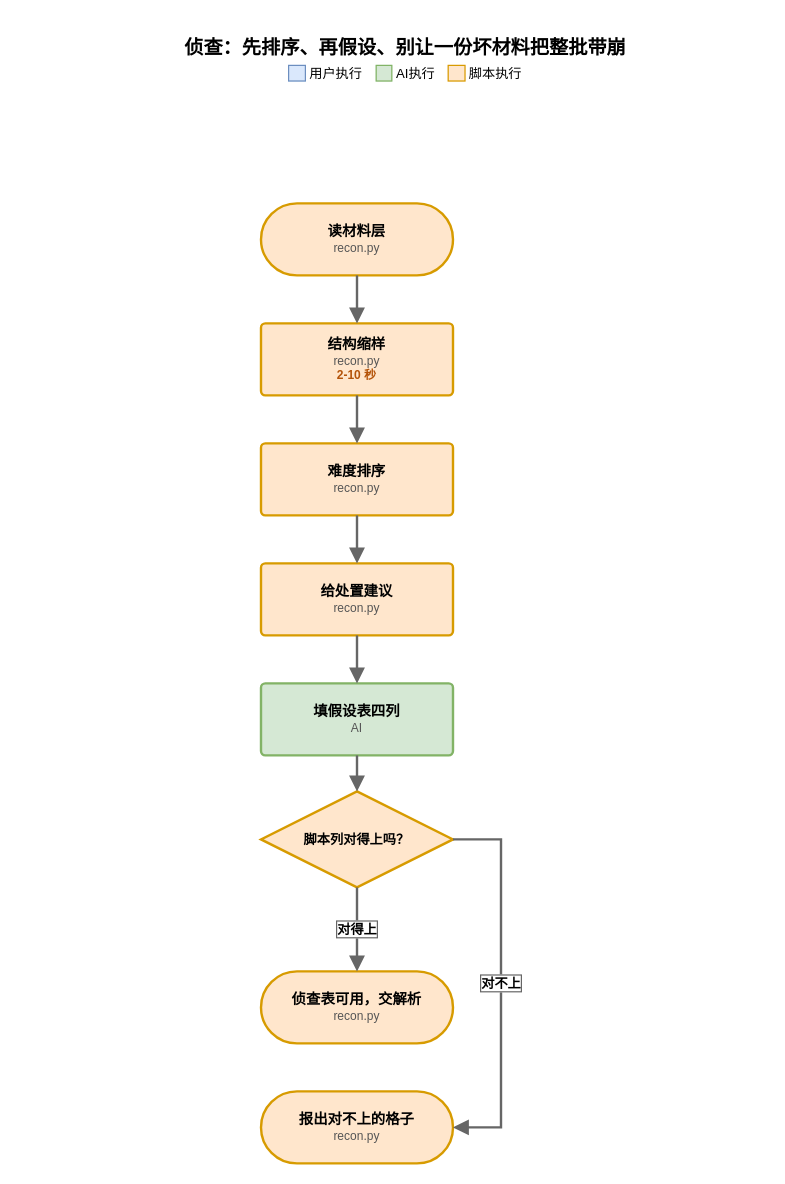
The draw.io diagram page "侦查：先排序、再假设、别让一份坏材料把整批带崩" (3 of 10) of dev/baseline/workflow/workflow-flow.drawio in Luys521/flowchart-skill, before the edit. Source tidied: cells renumbered, new cells numbered last; positions are measured from the earlier drawing's top-left corner, leaving out a move shared by most shapes. Both pictures are drawn from the tidied source at 120%, with x=0, y=0 at pixel (44, 20).
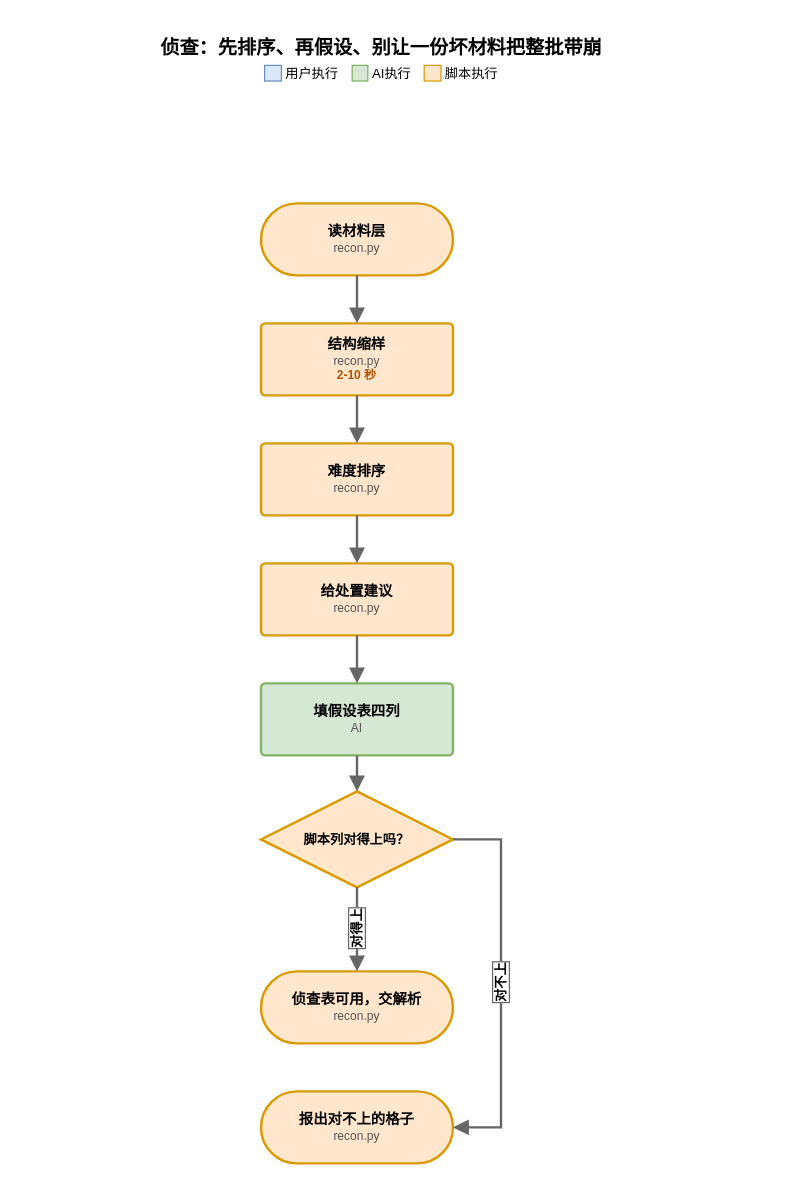
The same page after the edit.

The edit, as a diff of the source:
```diff
@@
 <mxGraphModel>
   <root>
     <mxCell id="0" />
     <mxCell id="1" parent="0" />
     <mxCell id="2" value="侦查：先排序、再假设、别让一份坏材料把整批带崩&lt;br&gt;&lt;span style=&quot;font-size:11px;font-weight:400&quot;&gt;&lt;span style=&quot;background:#dae8fc;border:1px solid #6c8ebf&quot;&gt;&amp;nbsp;&amp;nbsp;&amp;nbsp;&amp;nbsp;&lt;/span&gt; 用户执行　&lt;span style=&quot;background:#d5e8d4;border:1px solid #82b366&quot;&gt;&amp;nbsp;&amp;nbsp;&amp;nbsp;&amp;nbsp;&lt;/span&gt; AI执行　&lt;span style=&quot;background:#ffe6cc;border:1px solid #d79b00&quot;&gt;&amp;nbsp;&amp;nbsp;&amp;nbsp;&amp;nbsp;&lt;/span&gt; 脚本执行　&lt;/span&gt;" style="text;html=1;align=center;verticalAlign=middle;fontSize=16;fontStyle=1;fontFamily=Microsoft YaHei;" parent="1" vertex="1">
-      <mxGeometry width="600" height="64" as="geometry" />
+      <mxGeometry x="-20" width="600" height="64" as="geometry" />
     </mxCell>
     <mxCell id="3" value="&lt;div style=&quot;font-weight:bold;&quot;&gt;读材料层&lt;/div&gt;&lt;div style=&quot;color:#555555;font-size:10px;&quot;&gt;recon.py&lt;/div&gt;" style="rounded=1;arcSize=50;whiteSpace=wrap;html=1;strokeWidth=2;fontFamily=Microsoft YaHei;verticalAlign=middle;fillColor=#ffe6cc;strokeColor=#d79b00;fontSize=12;flowchartSkillNative=1;" parent="1" vertex="1">
       <mxGeometry x="180" y="152" width="160" height="60" as="geometry" />
     </mxCell>
     <mxCell id="4" value="&lt;div style=&quot;font-weight:bold;&quot;&gt;结构缩样&lt;/div&gt;&lt;div style=&quot;color:#555555;font-size:10px;&quot;&gt;recon.py&lt;/div&gt;&lt;div style=&quot;color:#b45309;font-size:10px;font-weight:bold;&quot;&gt;2-10 秒&lt;/div&gt;" style="rounded=1;arcSize=6;whiteSpace=wrap;html=1;strokeWidth=2;fontFamily=Microsoft YaHei;verticalAlign=middle;fillColor=#ffe6cc;strokeColor=#d79b00;fontSize=12;flowchartSkillNative=1;" parent="1" vertex="1">
       <mxGeometry x="180" y="252" width="160" height="60" as="geometry" />
     </mxCell>
     <mxCell id="5" value="&lt;div style=&quot;font-weight:bold;&quot;&gt;难度排序&lt;/div&gt;&lt;div style=&quot;color:#555555;font-size:10px;&quot;&gt;recon.py&lt;/div&gt;" style="rounded=1;arcSize=6;whiteSpace=wrap;html=1;strokeWidth=2;fontFamily=Microsoft YaHei;verticalAlign=middle;fillColor=#ffe6cc;strokeColor=#d79b00;fontSize=12;flowchartSkillNative=1;" parent="1" vertex="1">
       <mxGeometry x="180" y="352" width="160" height="60" as="geometry" />
     </mxCell>
     <mxCell id="6" value="&lt;div style=&quot;font-weight:bold;&quot;&gt;给处置建议&lt;/div&gt;&lt;div style=&quot;color:#555555;font-size:10px;&quot;&gt;recon.py&lt;/div&gt;" style="rounded=1;arcSize=6;whiteSpace=wrap;html=1;strokeWidth=2;fontFamily=Microsoft YaHei;verticalAlign=middle;fillColor=#ffe6cc;strokeColor=#d79b00;fontSize=12;flowchartSkillNative=1;" parent="1" vertex="1">
       <mxGeometry x="180" y="452" width="160" height="60" as="geometry" />
     </mxCell>
     <mxCell id="7" value="&lt;div style=&quot;font-weight:bold;&quot;&gt;填假设表四列&lt;/div&gt;&lt;div style=&quot;color:#555555;font-size:10px;&quot;&gt;AI&lt;/div&gt;" style="rounded=1;arcSize=6;whiteSpace=wrap;html=1;strokeWidth=2;fontFamily=Microsoft YaHei;verticalAlign=middle;fillColor=#d5e8d4;strokeColor=#82b366;fontSize=12;flowchartSkillNative=1;" parent="1" vertex="1">
       <mxGeometry x="180" y="552" width="160" height="60" as="geometry" />
     </mxCell>
     <mxCell id="8" value="&lt;div style=&quot;font-weight:bold;&quot;&gt;脚本列对得上吗？&lt;/div&gt;" style="rhombus;whiteSpace=wrap;html=1;strokeWidth=2;fontFamily=Microsoft YaHei;verticalAlign=middle;fillColor=#ffe6cc;strokeColor=#d79b00;fontSize=11;flowchartSkillNative=1;" parent="1" vertex="1">
       <mxGeometry x="180" y="642" width="160" height="80" as="geometry" />
     </mxCell>
     <mxCell id="9" value="&lt;div style=&quot;font-weight:bold;&quot;&gt;侦查表可用，交解析&lt;/div&gt;&lt;div style=&quot;color:#555555;font-size:10px;&quot;&gt;recon.py&lt;/div&gt;" style="rounded=1;arcSize=50;whiteSpace=wrap;html=1;strokeWidth=2;fontFamily=Microsoft YaHei;verticalAlign=middle;fillColor=#ffe6cc;strokeColor=#d79b00;fontSize=12;flowchartSkillNative=1;" parent="1" vertex="1">
       <mxGeometry x="180" y="792" width="160" height="60" as="geometry" />
     </mxCell>
     <mxCell id="10" value="&lt;div style=&quot;font-weight:bold;&quot;&gt;报出对不上的格子&lt;/div&gt;&lt;div style=&quot;color:#555555;font-size:10px;&quot;&gt;recon.py&lt;/div&gt;" style="rounded=1;arcSize=50;whiteSpace=wrap;html=1;strokeWidth=2;fontFamily=Microsoft YaHei;verticalAlign=middle;fillColor=#ffe6cc;strokeColor=#d79b00;fontSize=12;flowchartSkillNative=1;" parent="1" vertex="1">
       <mxGeometry x="180" y="892" width="160" height="60" as="geometry" />
     </mxCell>
     <mxCell id="11" style="edgeStyle=orthogonalEdgeStyle;rounded=0;jettySize=auto;html=1;exitX=0.5;exitY=1.0;entryX=0.5;entryY=0.0;endArrow=block;endFill=1;endSize=8;strokeWidth=2;strokeColor=#666666;fontSize=11;fontStyle=1;fontFamily=Microsoft YaHei;labelBackgroundColor=#ffffff;labelBorderColor=#666666;" parent="1" edge="1" source="3" target="4">
       <mxGeometry relative="1" as="geometry" />
     </mxCell>
     <mxCell id="12" style="edgeStyle=orthogonalEdgeStyle;rounded=0;jettySize=auto;html=1;exitX=0.5;exitY=1.0;entryX=0.5;entryY=0.0;endArrow=block;endFill=1;endSize=8;strokeWidth=2;strokeColor=#666666;fontSize=11;fontStyle=1;fontFamily=Microsoft YaHei;labelBackgroundColor=#ffffff;labelBorderColor=#666666;" parent="1" edge="1" source="4" target="5">
       <mxGeometry relative="1" as="geometry" />
     </mxCell>
     <mxCell id="13" style="edgeStyle=orthogonalEdgeStyle;rounded=0;jettySize=auto;html=1;exitX=0.5;exitY=1.0;entryX=0.5;entryY=0.0;endArrow=block;endFill=1;endSize=8;strokeWidth=2;strokeColor=#666666;fontSize=11;fontStyle=1;fontFamily=Microsoft YaHei;labelBackgroundColor=#ffffff;labelBorderColor=#666666;" parent="1" edge="1" source="5" target="6">
       <mxGeometry relative="1" as="geometry" />
     </mxCell>
     <mxCell id="14" style="edgeStyle=orthogonalEdgeStyle;rounded=0;jettySize=auto;html=1;exitX=0.5;exitY=1.0;entryX=0.5;entryY=0.0;endArrow=block;endFill=1;endSize=8;strokeWidth=2;strokeColor=#666666;fontSize=11;fontStyle=1;fontFamily=Microsoft YaHei;labelBackgroundColor=#ffffff;labelBorderColor=#666666;" parent="1" edge="1" source="6" target="7">
       <mxGeometry relative="1" as="geometry" />
     </mxCell>
     <mxCell id="15" style="edgeStyle=orthogonalEdgeStyle;rounded=0;jettySize=auto;html=1;exitX=0.5;exitY=1.0;entryX=0.5;entryY=0.0;endArrow=block;endFill=1;endSize=8;strokeWidth=2;strokeColor=#666666;fontSize=11;fontStyle=1;fontFamily=Microsoft YaHei;labelBackgroundColor=#ffffff;labelBorderColor=#666666;" parent="1" edge="1" source="7" target="8">
       <mxGeometry relative="1" as="geometry" />
     </mxCell>
-    <mxCell id="16" value="对得上" style="edgeStyle=orthogonalEdgeStyle;rounded=0;jettySize=auto;html=1;exitX=0.5;exitY=1.0;entryX=0.5;entryY=0.0;endArrow=block;endFill=1;endSize=8;strokeWidth=2;strokeColor=#666666;fontSize=11;fontStyle=1;fontFamily=Microsoft YaHei;labelBackgroundColor=#ffffff;labelBorderColor=#666666;" parent="1" edge="1" source="8" target="9">
+    <mxCell id="16" value="对得上" style="edgeStyle=orthogonalEdgeStyle;rounded=0;jettySize=auto;html=1;exitX=0.5;exitY=1.0;entryX=0.5;entryY=0.0;endArrow=block;endFill=1;endSize=8;strokeWidth=2;strokeColor=#666666;fontSize=11;fontStyle=1;fontFamily=Microsoft YaHei;labelBackgroundColor=#ffffff;labelBorderColor=#666666;horizontal=0;" parent="1" edge="1" source="8" target="9">
       <mxGeometry relative="1" as="geometry" />
     </mxCell>
-    <mxCell id="17" value="对不上" style="edgeStyle=orthogonalEdgeStyle;rounded=0;jettySize=auto;html=1;exitX=1.0;exitY=0.5;entryX=1.0;entryY=0.5;endArrow=block;endFill=1;endSize=8;strokeWidth=2;strokeColor=#666666;fontSize=11;fontStyle=1;fontFamily=Microsoft YaHei;labelBackgroundColor=#ffffff;labelBorderColor=#666666;" parent="1" edge="1" source="8" target="10">
+    <mxCell id="17" value="对不上" style="edgeStyle=orthogonalEdgeStyle;rounded=0;jettySize=auto;html=1;exitX=1.0;exitY=0.5;entryX=1.0;entryY=0.5;endArrow=block;endFill=1;endSize=8;strokeWidth=2;strokeColor=#666666;fontSize=11;fontStyle=1;fontFamily=Microsoft YaHei;labelBackgroundColor=#ffffff;labelBorderColor=#666666;horizontal=0;" parent="1" edge="1" source="8" target="10">
       <mxGeometry relative="1" as="geometry">
         <Array as="points">
           <mxPoint x="380" y="682" />
           <mxPoint x="380" y="922" />
         </Array>
       </mxGeometry>
     </mxCell>
   </root>
 </mxGraphModel>
```
